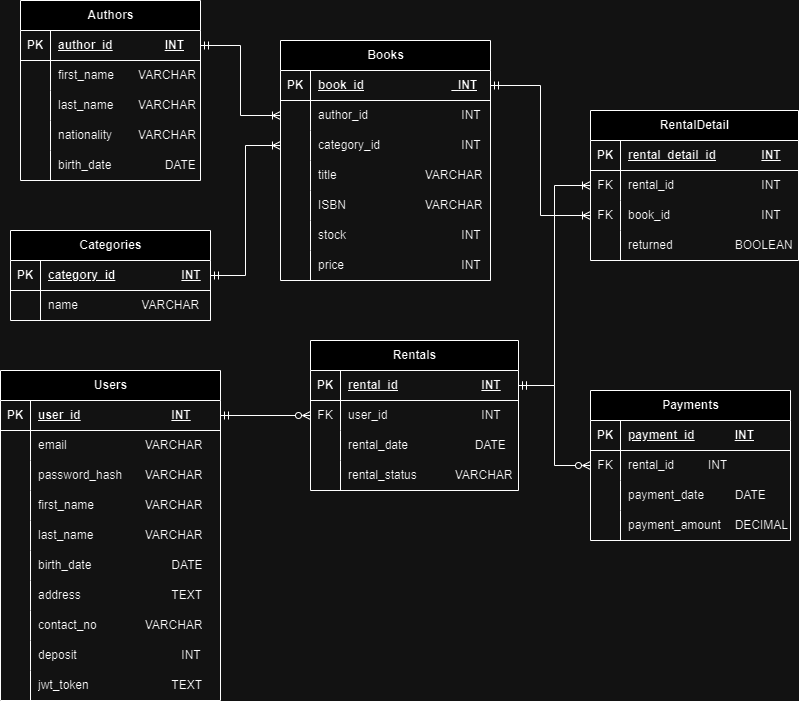
This is p2final.png from celotip/finalp2, a draw.io export, as it was before one commit. Source tidied: cells renumbered, new cells last; positions are measured from the earlier drawing's top-left corner, leaving out a move shared by most shapes.
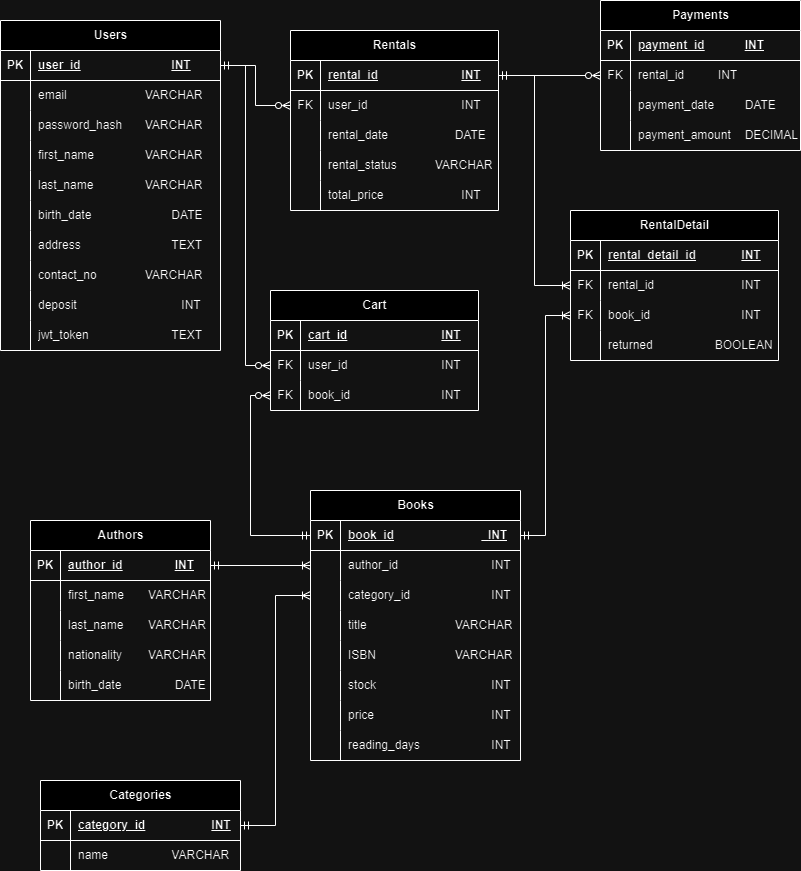
The same file after the commit.

What changed in the source:
```diff
@@ -3,7 +3,7 @@
     <mxCell id="0" />
     <mxCell id="1" parent="0" />
     <mxCell id="2" value="Books" style="shape=table;startSize=30;rowLines=0;fontStyle=1;align=center;html=1;" parent="1" vertex="1">
-      <mxGeometry x="280" y="40" width="210" height="240" as="geometry" />
+      <mxGeometry x="320" y="470" width="210" height="270" as="geometry" />
     </mxCell>
     <mxCell id="3" style="shape=tableRow;horizontal=0;startSize=0;swimlaneHead=0;swimlaneBody=0;fillColor=none;points=[[0,0.5],[1,0.5]];portConstraint=eastwest;top=0;left=0;right=0;bottom=1;" parent="2" vertex="1">
       <mxGeometry y="30" width="210" height="30" as="geometry" />
@@ -59,17 +59,26 @@
     <mxCell id="20" value="stock&lt;span style=&quot;white-space: pre;&quot;&gt;&#9;&lt;/span&gt;&lt;span style=&quot;white-space: pre;&quot;&gt;&#9;&lt;/span&gt;&lt;span style=&quot;white-space: pre;&quot;&gt;&#9;&lt;/span&gt;&lt;span style=&quot;white-space: pre;&quot;&gt;&#9;&lt;/span&gt;&amp;nbsp; &amp;nbsp;INT" style="shape=partialRectangle;fillColor=none;top=0;left=0;bottom=0;right=0;align=left;spacingLeft=6;overflow=hidden;whiteSpace=wrap;html=1;" parent="18" vertex="1">
       <mxGeometry x="30" width="180" height="30" as="geometry" />
     </mxCell>
+    <mxCell id="123" style="shape=tableRow;horizontal=0;startSize=0;swimlaneHead=0;swimlaneBody=0;fillColor=none;top=0;left=0;right=0;bottom=0;" parent="2" vertex="1">
+      <mxGeometry y="210" width="210" height="30" as="geometry" />
+    </mxCell>
+    <mxCell id="124" style="shape=partialRectangle;fillColor=none;top=0;left=0;bottom=0;right=0;overflow=hidden;whiteSpace=wrap;html=1;" parent="123" vertex="1">
+      <mxGeometry width="30" height="30" as="geometry" />
+    </mxCell>
+    <mxCell id="125" value="price&lt;span style=&quot;white-space: pre;&quot;&gt;&#9;&lt;/span&gt;&lt;span style=&quot;white-space: pre;&quot;&gt;&#9;&lt;/span&gt;&lt;span style=&quot;white-space: pre;&quot;&gt;&#9;&lt;/span&gt;&lt;span style=&quot;white-space: pre;&quot;&gt;&#9;&lt;/span&gt;&amp;nbsp; &amp;nbsp;INT" style="shape=partialRectangle;fillColor=none;top=0;left=0;bottom=0;right=0;align=left;spacingLeft=6;overflow=hidden;whiteSpace=wrap;html=1;" parent="123" vertex="1">
+      <mxGeometry x="30" width="180" height="30" as="geometry" />
+    </mxCell>
     <mxCell id="21" style="shape=tableRow;horizontal=0;startSize=0;swimlaneHead=0;swimlaneBody=0;fillColor=none;top=0;left=0;right=0;bottom=0;" parent="2" vertex="1">
-      <mxGeometry y="210" width="210" height="30" as="geometry" />
+      <mxGeometry y="240" width="210" height="30" as="geometry" />
     </mxCell>
     <mxCell id="22" style="shape=partialRectangle;fillColor=none;top=0;left=0;bottom=0;right=0;overflow=hidden;whiteSpace=wrap;html=1;" parent="21" vertex="1">
       <mxGeometry width="30" height="30" as="geometry" />
     </mxCell>
-    <mxCell id="23" value="price&lt;span style=&quot;white-space: pre;&quot;&gt;&#9;&lt;/span&gt;&lt;span style=&quot;white-space: pre;&quot;&gt;&#9;&lt;/span&gt;&lt;span style=&quot;white-space: pre;&quot;&gt;&#9;&lt;/span&gt;&lt;span style=&quot;white-space: pre;&quot;&gt;&#9;&lt;/span&gt;&amp;nbsp; &amp;nbsp;INT" style="shape=partialRectangle;fillColor=none;top=0;left=0;bottom=0;right=0;align=left;spacingLeft=6;overflow=hidden;whiteSpace=wrap;html=1;" parent="21" vertex="1">
+    <mxCell id="23" value="reading_days&lt;span style=&quot;white-space: pre;&quot;&gt;&#9;&lt;/span&gt;&lt;span style=&quot;white-space: pre;&quot;&gt;&#9;&lt;/span&gt;&lt;span style=&quot;white-space: pre;&quot;&gt;&#9;&lt;/span&gt;&amp;nbsp; &amp;nbsp;INT" style="shape=partialRectangle;fillColor=none;top=0;left=0;bottom=0;right=0;align=left;spacingLeft=6;overflow=hidden;whiteSpace=wrap;html=1;" parent="21" vertex="1">
       <mxGeometry x="30" width="180" height="30" as="geometry" />
     </mxCell>
     <mxCell id="24" value="Payments" style="shape=table;startSize=30;rowLines=0;fontStyle=1;align=center;html=1;" parent="1" vertex="1">
-      <mxGeometry x="590" y="390" width="200" height="150" as="geometry" />
+      <mxGeometry x="610" y="-20" width="200" height="150" as="geometry" />
     </mxCell>
     <mxCell id="25" style="shape=tableRow;horizontal=0;startSize=0;swimlaneHead=0;swimlaneBody=0;fillColor=none;top=0;left=0;right=0;bottom=1;" parent="24" vertex="1">
       <mxGeometry y="30" width="200" height="30" as="geometry" />
@@ -108,7 +117,7 @@
       <mxGeometry x="30" width="170" height="30" as="geometry" />
     </mxCell>
     <mxCell id="37" value="Categories" style="shape=table;startSize=30;rowLines=0;fontStyle=1;align=center;html=1;" parent="1" vertex="1">
-      <mxGeometry x="10" y="230" width="200" height="90" as="geometry" />
+      <mxGeometry x="50" y="760" width="200" height="90" as="geometry" />
     </mxCell>
     <mxCell id="38" style="shape=tableRow;horizontal=0;startSize=0;swimlaneHead=0;swimlaneBody=0;fillColor=none;points=[[0,0.5],[1,0.5]];portConstraint=eastwest;top=0;left=0;right=0;bottom=1;" parent="37" vertex="1">
       <mxGeometry y="30" width="200" height="30" as="geometry" />
@@ -129,7 +138,7 @@
       <mxGeometry x="30" width="170" height="30" as="geometry" />
     </mxCell>
     <mxCell id="44" value="Authors" style="shape=table;startSize=30;rowLines=0;fontStyle=1;align=center;html=1;" parent="1" vertex="1">
-      <mxGeometry x="20" width="180" height="180" as="geometry" />
+      <mxGeometry x="40" y="500" width="180" height="180" as="geometry" />
     </mxCell>
     <mxCell id="45" style="shape=tableRow;horizontal=0;startSize=0;swimlaneHead=0;swimlaneBody=0;fillColor=none;points=[[0,0.5],[1,0.5]];portConstraint=eastwest;top=0;left=0;right=0;bottom=1;" parent="44" vertex="1">
       <mxGeometry y="30" width="180" height="30" as="geometry" />
@@ -177,7 +186,7 @@
       <mxGeometry x="30" width="150" height="30" as="geometry" />
     </mxCell>
     <mxCell id="60" value="Users" style="shape=table;startSize=30;rowLines=0;fontStyle=1;align=center;html=1;" parent="1" vertex="1">
-      <mxGeometry y="370" width="220" height="330" as="geometry" />
+      <mxGeometry x="10" width="220" height="330" as="geometry" />
     </mxCell>
     <mxCell id="61" style="shape=tableRow;horizontal=0;startSize=0;swimlaneHead=0;swimlaneBody=0;fillColor=none;points=[[0,0.5],[1,0.5]];portConstraint=eastwest;top=0;left=0;right=0;bottom=1;" parent="60" vertex="1">
       <mxGeometry y="30" width="220" height="30" as="geometry" />
@@ -270,7 +279,7 @@
       <mxGeometry x="30" width="190" height="30" as="geometry" />
     </mxCell>
     <mxCell id="91" value="Rentals" style="shape=table;startSize=30;rowLines=0;fontStyle=1;align=center;html=1;" parent="1" vertex="1">
-      <mxGeometry x="310" y="340" width="208" height="150" as="geometry" />
+      <mxGeometry x="300" y="10" width="208" height="180" as="geometry" />
     </mxCell>
     <mxCell id="92" style="shape=tableRow;horizontal=0;startSize=0;swimlaneHead=0;swimlaneBody=0;fillColor=none;points=[[0,0.5],[1,0.5]];portConstraint=eastwest;top=0;left=0;right=0;bottom=1;" parent="91" vertex="1">
       <mxGeometry y="30" width="208" height="30" as="geometry" />
@@ -299,17 +308,26 @@
     <mxCell id="100" value="rental_date&lt;span style=&quot;white-space: pre;&quot;&gt;&#9;&lt;/span&gt;&lt;span style=&quot;white-space: pre;&quot;&gt;&#9;&lt;/span&gt;&amp;nbsp; &amp;nbsp; &amp;nbsp; DATE" style="shape=partialRectangle;fillColor=none;top=0;left=0;bottom=0;right=0;align=left;spacingLeft=6;overflow=hidden;whiteSpace=wrap;html=1;" parent="98" vertex="1">
       <mxGeometry x="30" width="178" height="30" as="geometry" />
     </mxCell>
+    <mxCell id="126" style="shape=tableRow;horizontal=0;startSize=0;swimlaneHead=0;swimlaneBody=0;fillColor=none;top=0;left=0;right=0;bottom=0;" parent="91" vertex="1">
+      <mxGeometry y="120" width="208" height="30" as="geometry" />
+    </mxCell>
+    <mxCell id="127" style="shape=partialRectangle;fillColor=none;top=0;left=0;bottom=0;right=0;overflow=hidden;whiteSpace=wrap;html=1;" parent="126" vertex="1">
+      <mxGeometry width="30" height="30" as="geometry" />
+    </mxCell>
+    <mxCell id="128" value="rental_status&lt;span style=&quot;white-space: pre;&quot;&gt;&#9;&lt;span style=&quot;white-space: pre;&quot;&gt;&#9;&lt;/span&gt;&lt;/span&gt;VARCHAR" style="shape=partialRectangle;fillColor=none;top=0;left=0;bottom=0;right=0;align=left;spacingLeft=6;overflow=hidden;whiteSpace=wrap;html=1;" parent="126" vertex="1">
+      <mxGeometry x="30" width="178" height="30" as="geometry" />
+    </mxCell>
     <mxCell id="101" style="shape=tableRow;horizontal=0;startSize=0;swimlaneHead=0;swimlaneBody=0;fillColor=none;top=0;left=0;right=0;bottom=0;" parent="91" vertex="1">
-      <mxGeometry y="120" width="208" height="30" as="geometry" />
+      <mxGeometry y="150" width="208" height="30" as="geometry" />
     </mxCell>
     <mxCell id="102" style="shape=partialRectangle;fillColor=none;top=0;left=0;bottom=0;right=0;overflow=hidden;whiteSpace=wrap;html=1;" parent="101" vertex="1">
       <mxGeometry width="30" height="30" as="geometry" />
     </mxCell>
-    <mxCell id="103" value="rental_status&lt;span style=&quot;white-space: pre;&quot;&gt;&#9;&lt;span style=&quot;white-space: pre;&quot;&gt;&#9;&lt;/span&gt;&lt;/span&gt;VARCHAR" style="shape=partialRectangle;fillColor=none;top=0;left=0;bottom=0;right=0;align=left;spacingLeft=6;overflow=hidden;whiteSpace=wrap;html=1;" parent="101" vertex="1">
+    <mxCell id="103" value="total_price&lt;span style=&quot;white-space: pre;&quot;&gt;&#9;&lt;/span&gt;&lt;span style=&quot;white-space: pre;&quot;&gt;&#9;&lt;/span&gt;&lt;span style=&quot;white-space: pre;&quot;&gt;&#9;&lt;/span&gt;INT" style="shape=partialRectangle;fillColor=none;top=0;left=0;bottom=0;right=0;align=left;spacingLeft=6;overflow=hidden;whiteSpace=wrap;html=1;" parent="101" vertex="1">
       <mxGeometry x="30" width="178" height="30" as="geometry" />
     </mxCell>
     <mxCell id="104" value="RentalDetail" style="shape=table;startSize=30;rowLines=0;fontStyle=1;align=center;html=1;" parent="1" vertex="1">
-      <mxGeometry x="590" y="110" width="208" height="150" as="geometry" />
+      <mxGeometry x="580" y="190" width="208" height="150" as="geometry" />
     </mxCell>
     <mxCell id="105" style="shape=tableRow;horizontal=0;startSize=0;swimlaneHead=0;swimlaneBody=0;fillColor=none;top=0;left=0;right=0;bottom=1;" parent="104" vertex="1">
       <mxGeometry y="30" width="208" height="30" as="geometry" />
@@ -365,5 +383,41 @@
     <mxCell id="122" style="edgeStyle=orthogonalEdgeStyle;rounded=0;jettySize=auto;html=1;exitX=1;exitY=0.5;exitDx=0;exitDy=0;endArrow=ERzeroToMany;endFill=0;startArrow=ERmandOne;startFill=0;" parent="1" edge="1" source="92" target="28">
       <mxGeometry relative="1" as="geometry" />
     </mxCell>
+    <mxCell id="129" value="Cart" style="shape=table;startSize=30;rowLines=0;fontStyle=1;align=center;html=1;" parent="1" vertex="1">
+      <mxGeometry x="280" y="270" width="208" height="120" as="geometry" />
+    </mxCell>
+    <mxCell id="130" style="shape=tableRow;horizontal=0;startSize=0;swimlaneHead=0;swimlaneBody=0;fillColor=none;top=0;left=0;right=0;bottom=1;" parent="129" vertex="1">
+      <mxGeometry y="30" width="208" height="30" as="geometry" />
+    </mxCell>
+    <mxCell id="131" value="PK" style="shape=partialRectangle;fillColor=none;top=0;left=0;bottom=0;right=0;fontStyle=1;overflow=hidden;whiteSpace=wrap;html=1;" parent="130" vertex="1">
+      <mxGeometry width="30" height="30" as="geometry" />
+    </mxCell>
+    <mxCell id="132" value="cart_id&lt;span style=&quot;white-space: pre;&quot;&gt;&#9;&lt;/span&gt;&lt;span style=&quot;white-space: pre;&quot;&gt;&#9;&lt;/span&gt;&lt;span style=&quot;white-space: pre;&quot;&gt;&lt;span style=&quot;white-space: pre;&quot;&gt;&lt;span style=&quot;white-space: pre;&quot;&gt;&#9;&lt;span style=&quot;white-space: pre;&quot;&gt;&#9;&lt;/span&gt;&lt;/span&gt;&lt;/span&gt;INT&lt;/span&gt;" style="shape=partialRectangle;fillColor=none;top=0;left=0;bottom=0;right=0;align=left;spacingLeft=6;fontStyle=5;overflow=hidden;whiteSpace=wrap;html=1;" parent="130" vertex="1">
+      <mxGeometry x="30" width="178" height="30" as="geometry" />
+    </mxCell>
+    <mxCell id="133" style="shape=tableRow;horizontal=0;startSize=0;swimlaneHead=0;swimlaneBody=0;fillColor=none;points=[[0,0.5],[1,0.5]];portConstraint=eastwest;top=0;left=0;right=0;bottom=0;" parent="129" vertex="1">
+      <mxGeometry y="60" width="208" height="30" as="geometry" />
+    </mxCell>
+    <mxCell id="134" value="FK" style="shape=partialRectangle;fillColor=none;top=0;left=0;bottom=0;right=0;overflow=hidden;whiteSpace=wrap;html=1;" parent="133" vertex="1">
+      <mxGeometry width="30" height="30" as="geometry" />
+    </mxCell>
+    <mxCell id="135" value="user_id&lt;span style=&quot;white-space: pre;&quot;&gt;&#9;&lt;/span&gt;&lt;span style=&quot;white-space: pre;&quot;&gt;&#9;&lt;/span&gt;&lt;span style=&quot;white-space: pre;&quot;&gt;&#9;&lt;span style=&quot;white-space: pre;&quot;&gt;&#9;&lt;/span&gt;&lt;/span&gt;INT" style="shape=partialRectangle;fillColor=none;top=0;left=0;bottom=0;right=0;align=left;spacingLeft=6;overflow=hidden;whiteSpace=wrap;html=1;" parent="133" vertex="1">
+      <mxGeometry x="30" width="178" height="30" as="geometry" />
+    </mxCell>
+    <mxCell id="136" style="shape=tableRow;horizontal=0;startSize=0;swimlaneHead=0;swimlaneBody=0;fillColor=none;points=[[0,0.5],[1,0.5]];portConstraint=eastwest;top=0;left=0;right=0;bottom=0;" parent="129" vertex="1">
+      <mxGeometry y="90" width="208" height="30" as="geometry" />
+    </mxCell>
+    <mxCell id="137" value="FK" style="shape=partialRectangle;fillColor=none;top=0;left=0;bottom=0;right=0;overflow=hidden;whiteSpace=wrap;html=1;" parent="136" vertex="1">
+      <mxGeometry width="30" height="30" as="geometry" />
+    </mxCell>
+    <mxCell id="138" value="book_id&lt;span style=&quot;white-space: pre;&quot;&gt;&#9;&lt;/span&gt;&lt;span style=&quot;white-space: pre;&quot;&gt;&#9;&lt;/span&gt;&lt;span style=&quot;white-space: pre;&quot;&gt;&#9;&lt;span style=&quot;white-space: pre;&quot;&gt;&#9;&lt;/span&gt;&lt;/span&gt;INT" style="shape=partialRectangle;fillColor=none;top=0;left=0;bottom=0;right=0;align=left;spacingLeft=6;overflow=hidden;whiteSpace=wrap;html=1;" parent="136" vertex="1">
+      <mxGeometry x="30" width="178" height="30" as="geometry" />
+    </mxCell>
+    <mxCell id="139" style="edgeStyle=orthogonalEdgeStyle;rounded=0;jettySize=auto;html=1;exitX=1;exitY=0.5;exitDx=0;exitDy=0;entryX=0;entryY=0.5;entryDx=0;entryDy=0;endArrow=ERzeroToMany;endFill=0;" parent="1" edge="1" source="61" target="133">
+      <mxGeometry relative="1" as="geometry" />
+    </mxCell>
+    <mxCell id="140" style="edgeStyle=orthogonalEdgeStyle;rounded=0;jettySize=auto;html=1;exitX=0;exitY=0.5;exitDx=0;exitDy=0;entryX=0;entryY=0.5;entryDx=0;entryDy=0;endArrow=ERzeroToMany;endFill=0;startArrow=ERmandOne;startFill=0;" parent="1" edge="1" source="3" target="136">
+      <mxGeometry relative="1" as="geometry" />
+    </mxCell>
   </root>
 </mxGraphModel>
```
